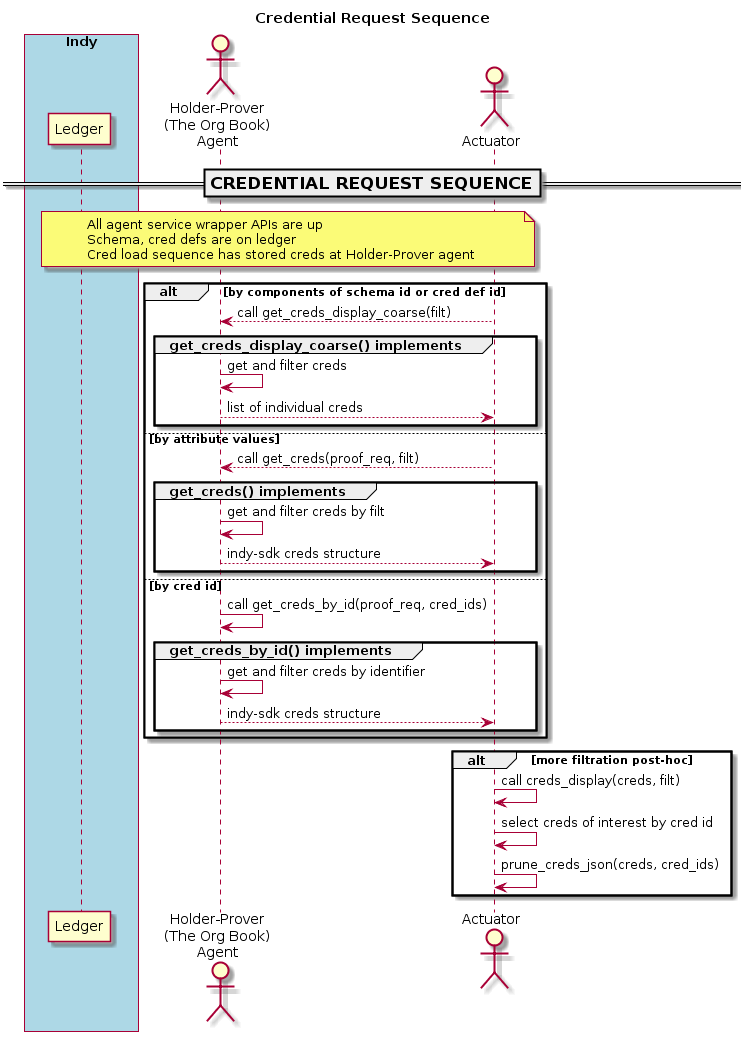
Before: doc/pic/cred-request.png, a diagram exported from PlantUML (PSPC-SPAC-buyandsell/von_base).
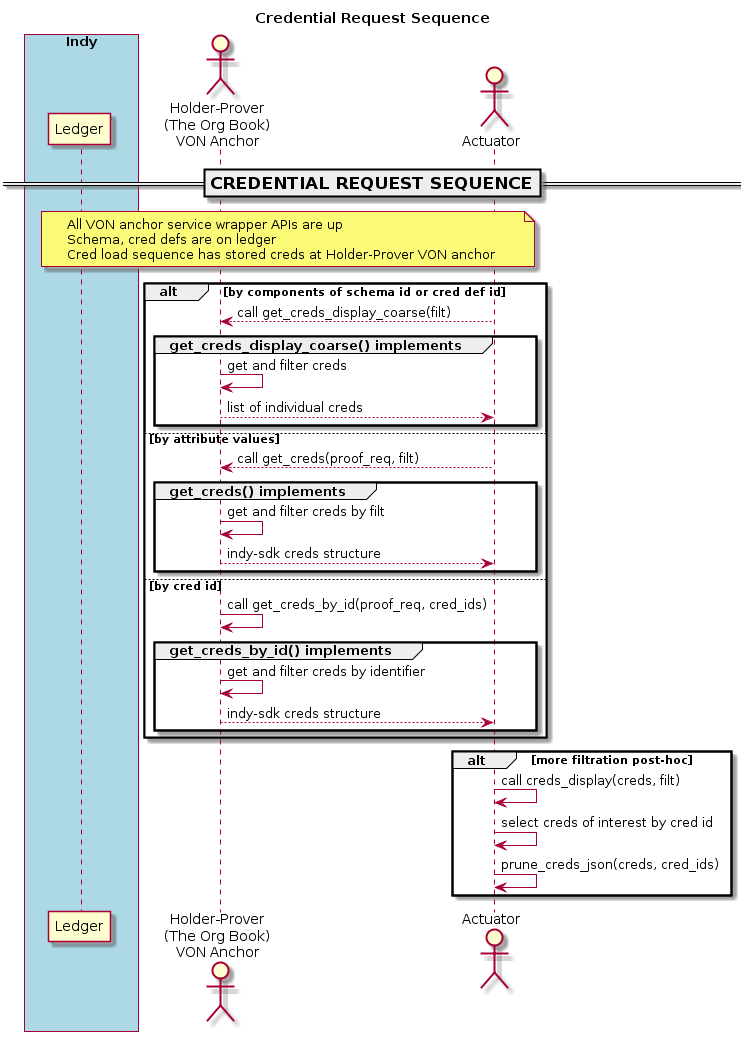
The same diagram one commit later.

Diff of the diagram source:
```diff
@@ -9,33 +9,33 @@
     participant "Ledger" as ledger
 endbox
 
-actor "Holder-Prover\n(The Org Book)\nAgent" as obag
+actor "Holder-Prover\n(The Org Book)\nVON Anchor" as oban
 actor "Actuator" as ator
 
 === CREDENTIAL REQUEST SEQUENCE ==
 note over ledger, ator
-All agent service wrapper APIs are up
-Schema, cred defs are on ledger
-Cred load sequence has stored creds at Holder-Prover agent
+    All VON anchor service wrapper APIs are up
+    Schema, cred defs are on ledger
+    Cred load sequence has stored creds at Holder-Prover VON anchor
 endnote
 
 alt by components of schema id or cred def id
-    ator --> obag: call get_creds_display_coarse(filt)
+    ator --> oban: call get_creds_display_coarse(filt)
     group get_creds_display_coarse() implements
-        obag -> obag: get and filter creds
-        obag --> ator: list of individual creds
+        oban -> oban: get and filter creds
+        oban --> ator: list of individual creds
     end
 else by attribute values
-    ator --> obag: call get_creds(proof_req, filt)
+    ator --> oban: call get_creds(proof_req, filt)
     group get_creds() implements
-        obag -> obag: get and filter creds by filt
-        obag --> ator: indy-sdk creds structure
+        oban -> oban: get and filter creds by filt
+        oban --> ator: indy-sdk creds structure
     end
 else by cred id
-    obag -> obag: call get_creds_by_id(proof_req, cred_ids)
+    oban -> oban: call get_creds_by_id(proof_req, cred_ids)
     group get_creds_by_id() implements
-        obag -> obag: get and filter creds by identifier
-        obag --> ator: indy-sdk creds structure
+        oban -> oban: get and filter creds by identifier
+        oban --> ator: indy-sdk creds structure
     end
 end
 
```
